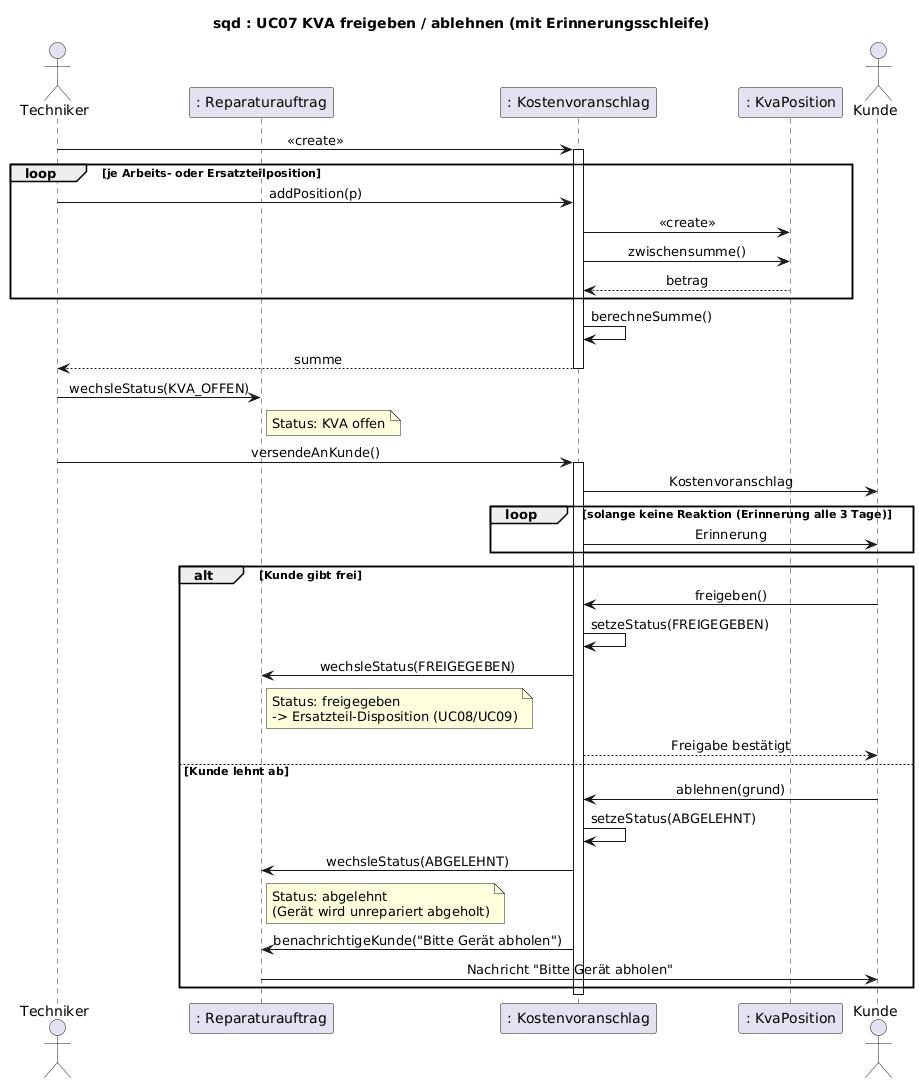
This is uml/sequenz-02-kva-freigabe.png from jakobschwan123-cmd/casestudy-semester-3, a PlantUML export, as it was before one commit.
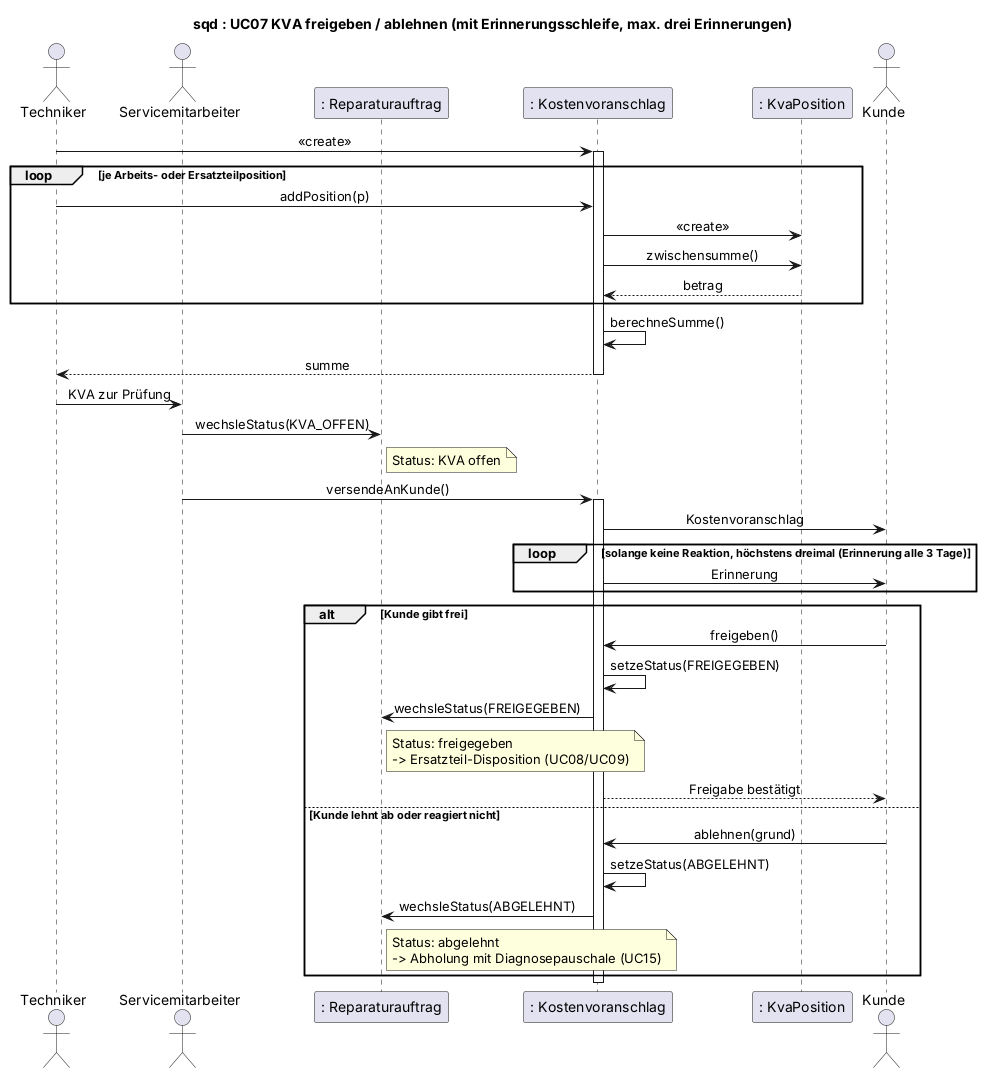
The same file after the commit.

What changed in the source:
```diff
@@ -1,8 +1,9 @@
 @startuml
-title sqd : UC07 KVA freigeben / ablehnen (mit Erinnerungsschleife)
+title sqd : UC07 KVA freigeben / ablehnen (mit Erinnerungsschleife, max. drei Erinnerungen)
 skinparam defaultFontName Arial
 skinparam sequenceMessageAlign center
 actor Techniker
+actor Servicemitarbeiter as SM
 participant ": Reparaturauftrag" as RA
 participant ": Kostenvoranschlag" as KVA
 participant ": KvaPosition" as POS
@@ -20,12 +21,13 @@
 KVA --> Techniker : summe
 deactivate KVA
 
-Techniker -> RA : wechsleStatus(KVA_OFFEN)
+Techniker -> SM : KVA zur Prüfung
+SM -> RA : wechsleStatus(KVA_OFFEN)
 note right of RA : Status: KVA offen
-Techniker -> KVA : versendeAnKunde()
+SM -> KVA : versendeAnKunde()
 activate KVA
 KVA -> Kunde : Kostenvoranschlag
-loop solange keine Reaktion (Erinnerung alle 3 Tage)
+loop solange keine Reaktion, höchstens dreimal (Erinnerung alle 3 Tage)
     KVA -> Kunde : Erinnerung
 end
 alt Kunde gibt frei
@@ -34,13 +36,11 @@
     KVA -> RA : wechsleStatus(FREIGEGEBEN)
     note right of RA : Status: freigegeben\n-> Ersatzteil-Disposition (UC08/UC09)
     KVA --> Kunde : Freigabe bestätigt
-else Kunde lehnt ab
+else Kunde lehnt ab oder reagiert nicht
     Kunde -> KVA : ablehnen(grund)
     KVA -> KVA : setzeStatus(ABGELEHNT)
     KVA -> RA : wechsleStatus(ABGELEHNT)
-    note right of RA : Status: abgelehnt\n(Gerät wird unrepariert abgeholt)
-    KVA -> RA : benachrichtigeKunde("Bitte Gerät abholen")
-    RA -> Kunde : Nachricht "Bitte Gerät abholen"
+    note right of RA : Status: abgelehnt\n-> Abholung mit Diagnosepauschale (UC15)
 end
 deactivate KVA
 @enduml
```
